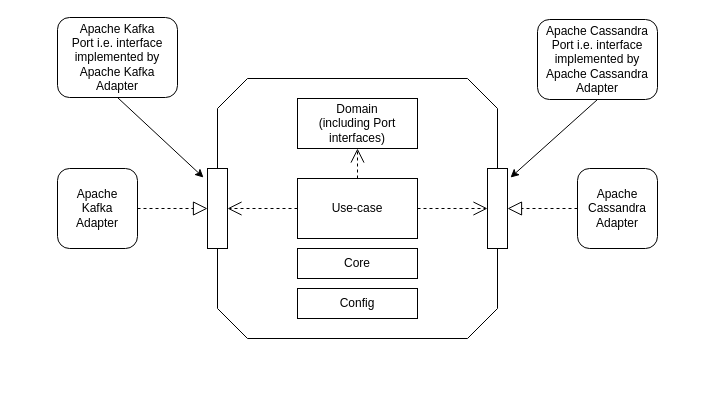
Before: etc/doc/images/port-adapter.drawio in ngnie/small-tool-formatter, a draw.io diagram. Source tidied: cells renumbered, new cells numbered last; positions are measured from the earlier drawing's top-left corner, leaving out a move shared by most shapes. Both pictures are drawn from the tidied source at 100%, with x=0, y=0 at pixel (57, 17).
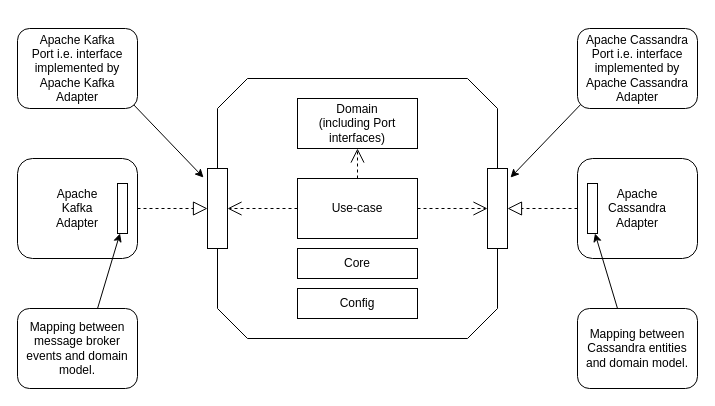
After the change.

Unchanged cells that the change refers to:
```xml
<mxCell id="8" style="rounded=0;whiteSpace=wrap;html=1;" parent="1" vertex="1">
  <mxGeometry x="150" y="151" width="20" height="80" as="geometry" />
</mxCell>
<mxCell id="10" style="rounded=0;whiteSpace=wrap;html=1;" parent="1" vertex="1">
  <mxGeometry x="430" y="151" width="20" height="80" as="geometry" />
</mxCell>
```

The edit, as a diff of the source:
```diff
@@
     <mxCell id="11" value="&lt;div&gt;Apache&lt;/div&gt;&lt;div&gt;Kafka&lt;/div&gt;&lt;div&gt;&lt;div&gt;Adapter&lt;/div&gt;&lt;/div&gt;" style="rounded=1;whiteSpace=wrap;html=1;" parent="1" vertex="1">
-      <mxGeometry y="151" width="80" height="80" as="geometry" />
+      <mxGeometry x="-40" y="141" width="120" height="100" as="geometry" />
     </mxCell>
-    <mxCell id="12" value="Apache&lt;div&gt;Cassandra&lt;div&gt;Adapter&lt;/div&gt;&lt;/div&gt;" style="rounded=1;whiteSpace=wrap;html=1;" parent="1" vertex="1">
-      <mxGeometry x="520" y="151" width="80" height="80" as="geometry" />
+    <mxCell id="12" value="Apache&lt;div&gt;Cassandra&lt;div&gt;Adapter&lt;/div&gt;&lt;/div&gt;" style="rounded=1;whiteSpace=wrap;html=1;align=center;" parent="1" vertex="1">
+      <mxGeometry x="520" y="141" width="120" height="100" as="geometry" />
     </mxCell>
@@
-    <mxCell id="16" style="endArrow=classic;html=1;rounded=0;exitX=0.5;exitY=1;exitDx=0;exitDy=0;entryX=-0.2;entryY=0.113;entryDx=0;entryDy=0;entryPerimeter=0;" parent="1" edge="1" source="17" target="8">
+    <mxCell id="16" style="endArrow=classic;html=1;rounded=0;exitX=0.95;exitY=0.925;exitDx=0;exitDy=0;entryX=-0.2;entryY=0.113;entryDx=0;entryDy=0;entryPerimeter=0;exitPerimeter=0;" parent="1" edge="1" source="17" target="8">
       <mxGeometry relative="1" as="geometry" />
     </mxCell>
     <mxCell id="17" value="Apache Kafka&lt;div&gt;Port i.e. interface&lt;/div&gt;&lt;div&gt;implemented by&lt;/div&gt;&lt;div&gt;Apache Kafka&lt;/div&gt;&lt;div&gt;Adapter&lt;/div&gt;" style="rounded=1;whiteSpace=wrap;html=1;" parent="1" vertex="1">
-      <mxGeometry width="120" height="80" as="geometry" />
+      <mxGeometry x="-40" y="11" width="120" height="80" as="geometry" />
     </mxCell>
-    <mxCell id="18" style="endArrow=classic;html=1;rounded=0;exitX=0.5;exitY=1;exitDx=0;exitDy=0;entryX=1.15;entryY=0.113;entryDx=0;entryDy=0;entryPerimeter=0;" parent="1" edge="1" source="19" target="10">
+    <mxCell id="18" style="endArrow=classic;html=1;rounded=0;exitX=0.05;exitY=0.913;exitDx=0;exitDy=0;entryX=1.15;entryY=0.113;entryDx=0;entryDy=0;entryPerimeter=0;exitPerimeter=0;" parent="1" edge="1" source="19" target="10">
       <mxGeometry relative="1" as="geometry" />
     </mxCell>
     <mxCell id="19" value="Apache Cassandra&lt;div&gt;Port i.e. interface&lt;/div&gt;&lt;div&gt;implemented by&lt;/div&gt;&lt;div&gt;Apache&amp;nbsp;&lt;span style=&quot;background-color: transparent; color: light-dark(rgb(0, 0, 0), rgb(255, 255, 255));&quot;&gt;Cassandra&lt;/span&gt;&lt;/div&gt;&lt;div&gt;Adapter&lt;/div&gt;" style="rounded=1;whiteSpace=wrap;html=1;" parent="1" vertex="1">
-      <mxGeometry x="480" y="2" width="120" height="80" as="geometry" />
+      <mxGeometry x="520" y="11" width="120" height="80" as="geometry" />
     </mxCell>
+    <mxCell id="20" style="rounded=0;whiteSpace=wrap;html=1;" parent="1" vertex="1">
+      <mxGeometry x="530" y="166" width="10" height="50" as="geometry" />
+    </mxCell>
+    <mxCell id="21" style="rounded=0;whiteSpace=wrap;html=1;" parent="1" vertex="1">
+      <mxGeometry x="60" y="166" width="10" height="50" as="geometry" />
+    </mxCell>
+    <mxCell id="22" value="Mapping between message broker events and domain model." style="rounded=1;whiteSpace=wrap;html=1;" parent="1" vertex="1">
+      <mxGeometry x="-40" y="291" width="120" height="80" as="geometry" />
+    </mxCell>
+    <mxCell id="23" style="endArrow=classic;html=1;rounded=0;exitX=0.667;exitY=0;exitDx=0;exitDy=0;entryX=0.25;entryY=1;entryDx=0;entryDy=0;exitPerimeter=0;" parent="1" edge="1" source="22" target="21">
+      <mxGeometry relative="1" as="geometry" />
+    </mxCell>
+    <mxCell id="24" value="Mapping between Cassandra entities and domain model." style="rounded=1;whiteSpace=wrap;html=1;" parent="1" vertex="1">
+      <mxGeometry x="520" y="291" width="120" height="80" as="geometry" />
+    </mxCell>
+    <mxCell id="25" style="endArrow=classic;html=1;rounded=0;entryX=0.75;entryY=1;entryDx=0;entryDy=0;" parent="1" edge="1" target="20">
+      <mxGeometry relative="1" as="geometry">
+        <mxPoint x="560" y="291" as="sourcePoint" />
+      </mxGeometry>
+    </mxCell>
```
